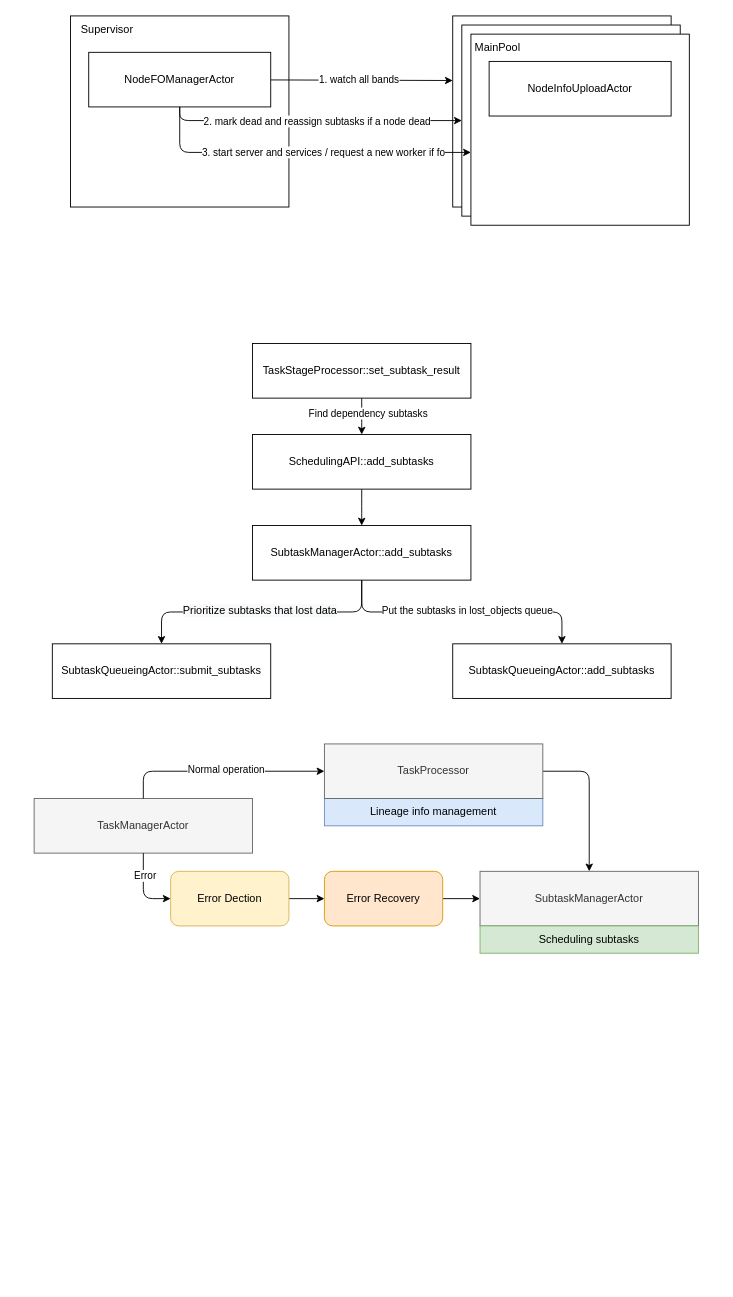
zhongchun/daily keeps this draw.io diagram as page "worker fo" (4 of 6) of graphs/mars_workflow_0.1.drawio. Above is the earlier version. Source tidied: cells renumbered, new cells numbered last; positions are measured from the earlier drawing's top-left corner, leaving out a move shared by most shapes. Both pictures are drawn from the tidied source at 91%, with x=0, y=0 at pixel (34, 15).
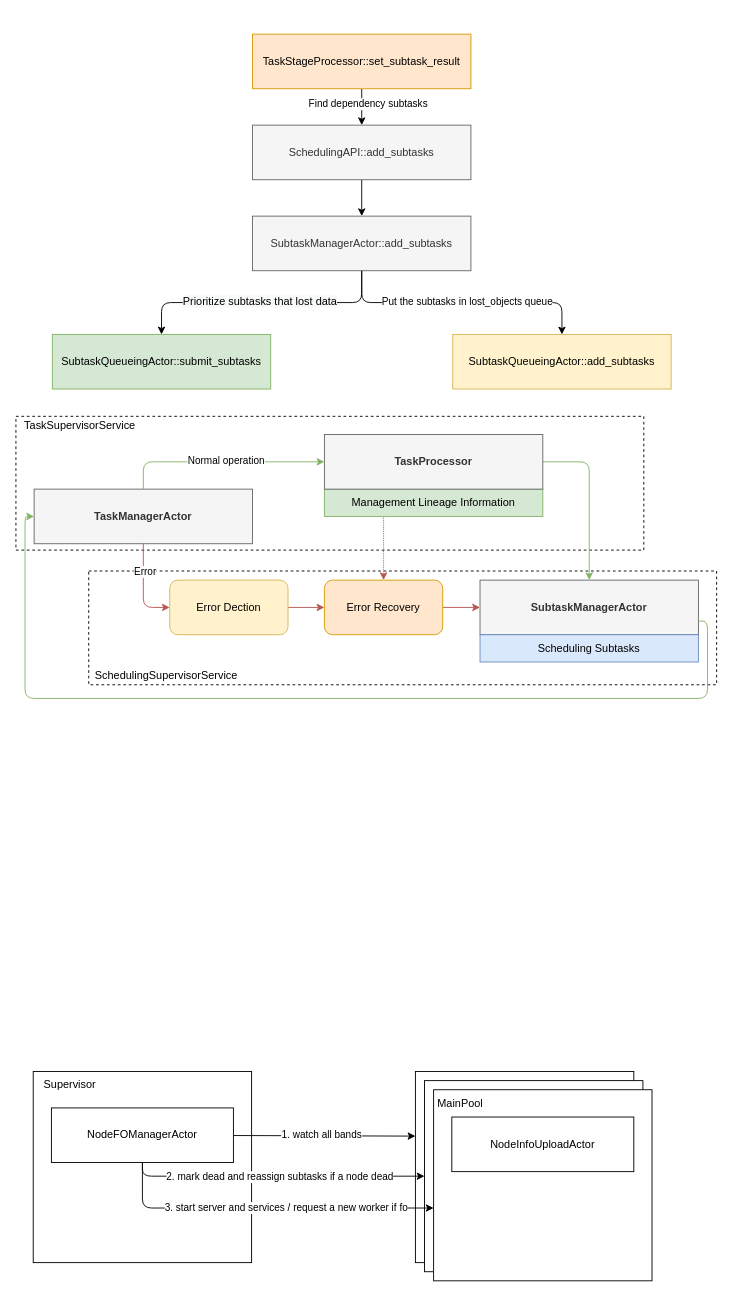
The same diagram, later.

The edit, as a diff of the source:
```diff
@@
-    <mxCell id="2" style="rounded=0;whiteSpace=wrap;html=1;" parent="1" vertex="1">
-      <mxGeometry x="40" width="240" height="210" as="geometry" />
-    </mxCell>
-    <mxCell id="3" style="edgeStyle=none;html=1;entryX=0;entryY=0.338;entryDx=0;entryDy=0;entryPerimeter=0;" parent="1" edge="1" source="5" target="7">
-      <mxGeometry relative="1" as="geometry" />
-    </mxCell>
+    <mxCell id="42" style="rounded=0;whiteSpace=wrap;html=1;fillColor=default;dashed=1;" parent="1" vertex="1">
+      <mxGeometry x="60" y="610" width="690" height="125" as="geometry" />
+    </mxCell>
+    <mxCell id="43" style="rounded=0;whiteSpace=wrap;html=1;fillColor=default;dashed=1;" parent="1" vertex="1">
+      <mxGeometry x="-20" y="440" width="690" height="147" as="geometry" />
+    </mxCell>
+    <mxCell id="44" style="rounded=0;whiteSpace=wrap;html=1;" parent="1" vertex="1">
+      <mxGeometry x="-1" y="1160" width="240" height="210" as="geometry" />
+    </mxCell>
+    <mxCell id="45" style="edgeStyle=none;html=1;entryX=0;entryY=0.338;entryDx=0;entryDy=0;entryPerimeter=0;" parent="1" edge="1" source="5" target="46">
+      <mxGeometry relative="1" as="geometry" />
+    </mxCell>
-    <mxCell id="4" value="1. watch all bands" style="edgeLabel;html=1;align=center;verticalAlign=middle;" parent="3" vertex="1">
+    <mxCell id="4" value="1. watch all bands" style="edgeLabel;html=1;align=center;verticalAlign=middle;" parent="45" vertex="1">
       <mxGeometry x="-0.2" y="-2" relative="1" as="geometry">
         <mxPoint x="17" y="-3" as="offset" />
       </mxGeometry>
     </mxCell>
     <mxCell id="5" value="NodeFOManagerActor" style="rounded=0;whiteSpace=wrap;html=1;" parent="1" vertex="1">
-      <mxGeometry x="60" y="40" width="200" height="60" as="geometry" />
+      <mxGeometry x="19" y="1200" width="200" height="60" as="geometry" />
     </mxCell>
     <mxCell id="6" value="Supervisor" style="text;html=1;align=center;verticalAlign=middle;strokeColor=none;fillColor=none;" parent="1" vertex="1">
-      <mxGeometry x="40" width="80" height="30" as="geometry" />
+      <mxGeometry x="-1" y="1160" width="80" height="30" as="geometry" />
     </mxCell>
-    <mxCell id="7" style="rounded=0;whiteSpace=wrap;html=1;" parent="1" vertex="1">
-      <mxGeometry x="460" width="240" height="210" as="geometry" />
-    </mxCell>
-    <mxCell id="8" style="rounded=0;whiteSpace=wrap;html=1;" parent="1" vertex="1">
-      <mxGeometry x="470" y="10" width="240" height="210" as="geometry" />
-    </mxCell>
-    <mxCell id="9" style="rounded=0;whiteSpace=wrap;html=1;" parent="1" vertex="1">
-      <mxGeometry x="480" y="20" width="240" height="210" as="geometry" />
-    </mxCell>
+    <mxCell id="46" style="rounded=0;whiteSpace=wrap;html=1;" parent="1" vertex="1">
+      <mxGeometry x="419" y="1160" width="240" height="210" as="geometry" />
+    </mxCell>
+    <mxCell id="47" style="rounded=0;whiteSpace=wrap;html=1;" parent="1" vertex="1">
+      <mxGeometry x="429" y="1170" width="240" height="210" as="geometry" />
+    </mxCell>
+    <mxCell id="48" style="rounded=0;whiteSpace=wrap;html=1;" parent="1" vertex="1">
+      <mxGeometry x="439" y="1180" width="240" height="210" as="geometry" />
+    </mxCell>
     <mxCell id="10" value="MainPool" style="text;html=1;align=center;verticalAlign=middle;strokeColor=none;fillColor=none;" parent="1" vertex="1">
-      <mxGeometry x="474" y="20" width="70" height="30" as="geometry" />
+      <mxGeometry x="433" y="1180" width="70" height="30" as="geometry" />
     </mxCell>
     <mxCell id="11" value="NodeInfoUploadActor" style="rounded=0;whiteSpace=wrap;html=1;" parent="1" vertex="1">
-      <mxGeometry x="500" y="50" width="200" height="60" as="geometry" />
+      <mxGeometry x="459" y="1210" width="200" height="60" as="geometry" />
     </mxCell>
-    <mxCell id="12" style="edgeStyle=orthogonalEdgeStyle;html=1;entryX=0;entryY=0.5;entryDx=0;entryDy=0;exitX=0.5;exitY=1;exitDx=0;exitDy=0;" parent="1" edge="1" source="5" target="8">
-      <mxGeometry relative="1" as="geometry" />
-    </mxCell>
+    <mxCell id="49" style="edgeStyle=orthogonalEdgeStyle;html=1;entryX=0;entryY=0.5;entryDx=0;entryDy=0;exitX=0.5;exitY=1;exitDx=0;exitDy=0;" parent="1" edge="1" source="5" target="47">
+      <mxGeometry relative="1" as="geometry" />
+    </mxCell>
-    <mxCell id="13" value="&lt;span style=&quot;font-family: &amp;#34;helvetica&amp;#34;&quot;&gt;2. mark dead and reassign subtasks if a node dead&lt;/span&gt;" style="edgeLabel;html=1;align=center;verticalAlign=middle;" parent="12" vertex="1">
+    <mxCell id="13" value="&lt;span style=&quot;font-family: &amp;#34;helvetica&amp;#34;&quot;&gt;2. mark dead and reassign subtasks if a node dead&lt;/span&gt;" style="edgeLabel;html=1;align=center;verticalAlign=middle;" parent="49" vertex="1">
       <mxGeometry x="-0.37" y="2" relative="1" as="geometry">
         <mxPoint x="63" y="2" as="offset" />
       </mxGeometry>
     </mxCell>
-    <mxCell id="14" style="html=1;entryX=0;entryY=0.619;entryDx=0;entryDy=0;entryPerimeter=0;edgeStyle=elbowEdgeStyle;" parent="1" edge="1" target="9">
-      <mxGeometry relative="1" as="geometry">
-        <mxPoint x="160" y="100" as="sourcePoint" />
-        <Array as="points">
-          <mxPoint x="160" y="140" />
-        </Array>
-      </mxGeometry>
-    </mxCell>
+    <mxCell id="50" style="html=1;entryX=0;entryY=0.619;entryDx=0;entryDy=0;entryPerimeter=0;edgeStyle=elbowEdgeStyle;" parent="1" edge="1" target="48">
+      <mxGeometry relative="1" as="geometry">
+        <mxPoint x="119" y="1260" as="sourcePoint" />
+        <Array as="points">
+          <mxPoint x="119" y="1300" />
+        </Array>
+      </mxGeometry>
+    </mxCell>
-    <mxCell id="15" value="3. start server and services / request a new worker if fo" style="edgeLabel;html=1;align=center;verticalAlign=middle;" parent="14" vertex="1">
+    <mxCell id="15" value="3. start server and services / request a new worker if fo" style="edgeLabel;html=1;align=center;verticalAlign=middle;" parent="50" vertex="1">
       <mxGeometry x="0.14" y="-1" relative="1" as="geometry">
         <mxPoint x="-4" y="-1" as="offset" />
       </mxGeometry>
     </mxCell>
@@
-    <mxCell id="18" value="TaskStageProcessor::set_subtask_result" style="rounded=0;whiteSpace=wrap;html=1;" parent="1" vertex="1">
-      <mxGeometry x="240" y="360" width="240" height="60" as="geometry" />
+    <mxCell id="18" value="TaskStageProcessor::set_subtask_result" style="rounded=0;whiteSpace=wrap;html=1;fillColor=#ffe6cc;strokeColor=#d79b00;" parent="1" vertex="1">
+      <mxGeometry x="240" y="20" width="240" height="60" as="geometry" />
     </mxCell>
@@
-    <mxCell id="20" value="SchedulingAPI::add_subtasks" style="rounded=0;whiteSpace=wrap;html=1;" parent="1" vertex="1">
-      <mxGeometry x="240" y="460" width="240" height="60" as="geometry" />
+    <mxCell id="20" value="SchedulingAPI::add_subtasks" style="rounded=0;whiteSpace=wrap;html=1;fillColor=#f5f5f5;fontColor=#333333;strokeColor=#666666;" parent="1" vertex="1">
+      <mxGeometry x="240" y="120" width="240" height="60" as="geometry" />
     </mxCell>
@@
-    <mxCell id="23" value="SubtaskManagerActor::add_subtasks" style="rounded=0;whiteSpace=wrap;html=1;" parent="1" vertex="1">
-      <mxGeometry x="240" y="560" width="240" height="60" as="geometry" />
+    <mxCell id="23" value="SubtaskManagerActor::add_subtasks" style="rounded=0;whiteSpace=wrap;html=1;fillColor=#f5f5f5;fontColor=#333333;strokeColor=#666666;" parent="1" vertex="1">
+      <mxGeometry x="240" y="220" width="240" height="60" as="geometry" />
     </mxCell>
@@
-    <mxCell id="26" value="SubtaskQueueingActor::add_subtasks" style="rounded=0;whiteSpace=wrap;html=1;" parent="1" vertex="1">
-      <mxGeometry x="460" y="690" width="240" height="60" as="geometry" />
+    <mxCell id="26" value="SubtaskQueueingActor::add_subtasks" style="rounded=0;whiteSpace=wrap;html=1;fillColor=#fff2cc;strokeColor=#d6b656;" parent="1" vertex="1">
+      <mxGeometry x="460" y="350" width="240" height="60" as="geometry" />
     </mxCell>
-    <mxCell id="27" value="SubtaskQueueingActor::submit_subtasks" style="rounded=0;whiteSpace=wrap;html=1;" parent="1" vertex="1">
-      <mxGeometry x="20" y="690" width="240" height="60" as="geometry" />
+    <mxCell id="27" value="SubtaskQueueingActor::submit_subtasks" style="rounded=0;whiteSpace=wrap;html=1;fillColor=#d5e8d4;strokeColor=#82b366;" parent="1" vertex="1">
+      <mxGeometry x="20" y="350" width="240" height="60" as="geometry" />
     </mxCell>
-    <mxCell id="28" value="Lineage info management" style="rounded=0;whiteSpace=wrap;html=1;fillColor=#dae8fc;strokeColor=#6c8ebf;" parent="1" vertex="1">
-      <mxGeometry x="319" y="860" width="240" height="30" as="geometry" />
-    </mxCell>
+    <mxCell id="51" style="edgeStyle=none;html=1;dashed=1;fillColor=#f8cecc;strokeColor=#b85450;dashPattern=1 1;" parent="1" edge="1" target="40">
+      <mxGeometry relative="1" as="geometry">
+        <mxPoint x="384" y="550" as="sourcePoint" />
+      </mxGeometry>
+    </mxCell>
+    <mxCell id="52" value="Management Lineage Information" style="rounded=0;whiteSpace=wrap;html=1;fillColor=#d5e8d4;strokeColor=#82b366;" parent="1" vertex="1">
+      <mxGeometry x="319" y="520" width="240" height="30" as="geometry" />
+    </mxCell>
-    <mxCell id="29" value="TaskManagerActor" style="rounded=0;whiteSpace=wrap;html=1;fillColor=#f5f5f5;fontColor=#333333;strokeColor=#666666;" parent="1" vertex="1">
-      <mxGeometry y="860" width="240" height="60" as="geometry" />
+    <mxCell id="29" value="&lt;b&gt;TaskManagerActor&lt;/b&gt;" style="rounded=0;whiteSpace=wrap;html=1;fillColor=#f5f5f5;fontColor=#333333;strokeColor=#666666;" parent="1" vertex="1">
+      <mxGeometry y="520" width="240" height="60" as="geometry" />
     </mxCell>
-    <mxCell id="30" value="SubtaskManagerActor" style="rounded=0;whiteSpace=wrap;html=1;fillColor=#f5f5f5;fontColor=#333333;strokeColor=#666666;" parent="1" vertex="1">
-      <mxGeometry x="490" y="940" width="240" height="60" as="geometry" />
+    <mxCell id="30" value="&lt;b&gt;SubtaskManagerActor&lt;/b&gt;" style="rounded=0;whiteSpace=wrap;html=1;fillColor=#f5f5f5;fontColor=#333333;strokeColor=#666666;" parent="1" vertex="1">
+      <mxGeometry x="490" y="620" width="240" height="60" as="geometry" />
     </mxCell>
-    <mxCell id="31" style="html=1;exitX=1;exitY=0.5;exitDx=0;exitDy=0;edgeStyle=orthogonalEdgeStyle;" parent="1" edge="1" source="32" target="30">
+    <mxCell id="31" style="html=1;exitX=1;exitY=0.5;exitDx=0;exitDy=0;edgeStyle=orthogonalEdgeStyle;fillColor=#d5e8d4;strokeColor=#82b366;" parent="1" edge="1" source="32" target="30">
       <mxGeometry relative="1" as="geometry" />
     </mxCell>
-    <mxCell id="32" value="TaskProcessor" style="rounded=0;whiteSpace=wrap;html=1;fillColor=#f5f5f5;fontColor=#333333;strokeColor=#666666;" parent="1" vertex="1">
-      <mxGeometry x="319" y="800" width="240" height="60" as="geometry" />
+    <mxCell id="32" value="&lt;b&gt;TaskProcessor&lt;/b&gt;" style="rounded=0;whiteSpace=wrap;html=1;fillColor=#f5f5f5;fontColor=#333333;strokeColor=#666666;" parent="1" vertex="1">
+      <mxGeometry x="319" y="460" width="240" height="60" as="geometry" />
     </mxCell>
-    <mxCell id="33" style="edgeStyle=orthogonalEdgeStyle;html=1;exitX=0.5;exitY=0;exitDx=0;exitDy=0;entryX=0;entryY=0.5;entryDx=0;entryDy=0;" parent="1" edge="1" source="29" target="32">
+    <mxCell id="33" style="edgeStyle=orthogonalEdgeStyle;html=1;exitX=0.5;exitY=0;exitDx=0;exitDy=0;entryX=0;entryY=0.5;entryDx=0;entryDy=0;fillColor=#d5e8d4;strokeColor=#82b366;" parent="1" edge="1" source="29" target="32">
       <mxGeometry relative="1" as="geometry" />
     </mxCell>
     <mxCell id="34" value="Normal operation" style="edgeLabel;html=1;align=center;verticalAlign=middle;" parent="33" vertex="1">
-      <mxGeometry x="0.05" y="3" relative="1" as="geometry" />
+      <mxGeometry x="0.05" y="3" relative="1" as="geometry">
+        <mxPoint y="1" as="offset" />
+      </mxGeometry>
     </mxCell>
-    <mxCell id="35" style="html=1;exitX=0.5;exitY=1;exitDx=0;exitDy=0;entryX=0;entryY=0.5;entryDx=0;entryDy=0;edgeStyle=orthogonalEdgeStyle;" parent="1" edge="1" source="29" target="38">
+    <mxCell id="35" style="html=1;exitX=0.5;exitY=1;exitDx=0;exitDy=0;entryX=0;entryY=0.5;entryDx=0;entryDy=0;edgeStyle=orthogonalEdgeStyle;fillColor=#f8cecc;strokeColor=#b85450;" parent="1" edge="1" source="29" target="38">
       <mxGeometry relative="1" as="geometry" />
     </mxCell>
@@
-    <mxCell id="37" style="edgeStyle=orthogonalEdgeStyle;html=1;" parent="1" edge="1" source="38" target="40">
+    <mxCell id="37" style="edgeStyle=orthogonalEdgeStyle;html=1;fillColor=#f8cecc;strokeColor=#b85450;" parent="1" edge="1" source="38" target="40">
       <mxGeometry relative="1" as="geometry" />
     </mxCell>
     <mxCell id="38" value="Error Dection" style="rounded=1;whiteSpace=wrap;html=1;fillColor=#fff2cc;strokeColor=#d6b656;" parent="1" vertex="1">
-      <mxGeometry x="150" y="940" width="130" height="60" as="geometry" />
+      <mxGeometry x="149" y="620" width="130" height="60" as="geometry" />
     </mxCell>
-    <mxCell id="39" style="edgeStyle=orthogonalEdgeStyle;html=1;" parent="1" edge="1" source="40" target="30">
+    <mxCell id="39" style="edgeStyle=orthogonalEdgeStyle;html=1;fillColor=#f8cecc;strokeColor=#b85450;" parent="1" edge="1" source="40" target="30">
       <mxGeometry relative="1" as="geometry" />
     </mxCell>
     <mxCell id="40" value="Error Recovery" style="rounded=1;whiteSpace=wrap;html=1;fillColor=#ffe6cc;strokeColor=#d79b00;" parent="1" vertex="1">
-      <mxGeometry x="319" y="940" width="130" height="60" as="geometry" />
+      <mxGeometry x="319" y="620" width="130" height="60" as="geometry" />
     </mxCell>
-    <mxCell id="41" value="Scheduling subtasks" style="rounded=0;whiteSpace=wrap;html=1;fillColor=#d5e8d4;strokeColor=#82b366;" parent="1" vertex="1">
-      <mxGeometry x="490" y="1000" width="240" height="30" as="geometry" />
-    </mxCell>
+    <mxCell id="53" value="Scheduling Subtasks" style="rounded=0;whiteSpace=wrap;html=1;fillColor=#dae8fc;strokeColor=#6c8ebf;" parent="1" vertex="1">
+      <mxGeometry x="490" y="680" width="240" height="30" as="geometry" />
+    </mxCell>
+    <mxCell id="54" value="TaskSupervisorService" style="text;html=1;align=center;verticalAlign=middle;strokeColor=none;fillColor=none;" parent="1" vertex="1">
+      <mxGeometry x="-20" y="440" width="140" height="20" as="geometry" />
+    </mxCell>
+    <mxCell id="55" value="&lt;span style=&quot;text-align: left&quot;&gt;SchedulingSupervisorService&lt;/span&gt;" style="text;html=1;align=center;verticalAlign=middle;strokeColor=none;fillColor=none;" parent="1" vertex="1">
+      <mxGeometry x="60" y="715" width="170" height="20" as="geometry" />
+    </mxCell>
+    <mxCell id="56" style="edgeStyle=orthogonalEdgeStyle;html=1;fillColor=#d5e8d4;strokeColor=#82b366;exitX=1;exitY=0.75;exitDx=0;exitDy=0;entryX=0;entryY=0.5;entryDx=0;entryDy=0;" parent="1" edge="1" source="30" target="29">
+      <mxGeometry relative="1" as="geometry">
+        <Array as="points">
+          <mxPoint x="740" y="665" />
+          <mxPoint x="740" y="750" />
+          <mxPoint x="-10" y="750" />
+          <mxPoint x="-10" y="550" />
+        </Array>
+      </mxGeometry>
+    </mxCell>
```
